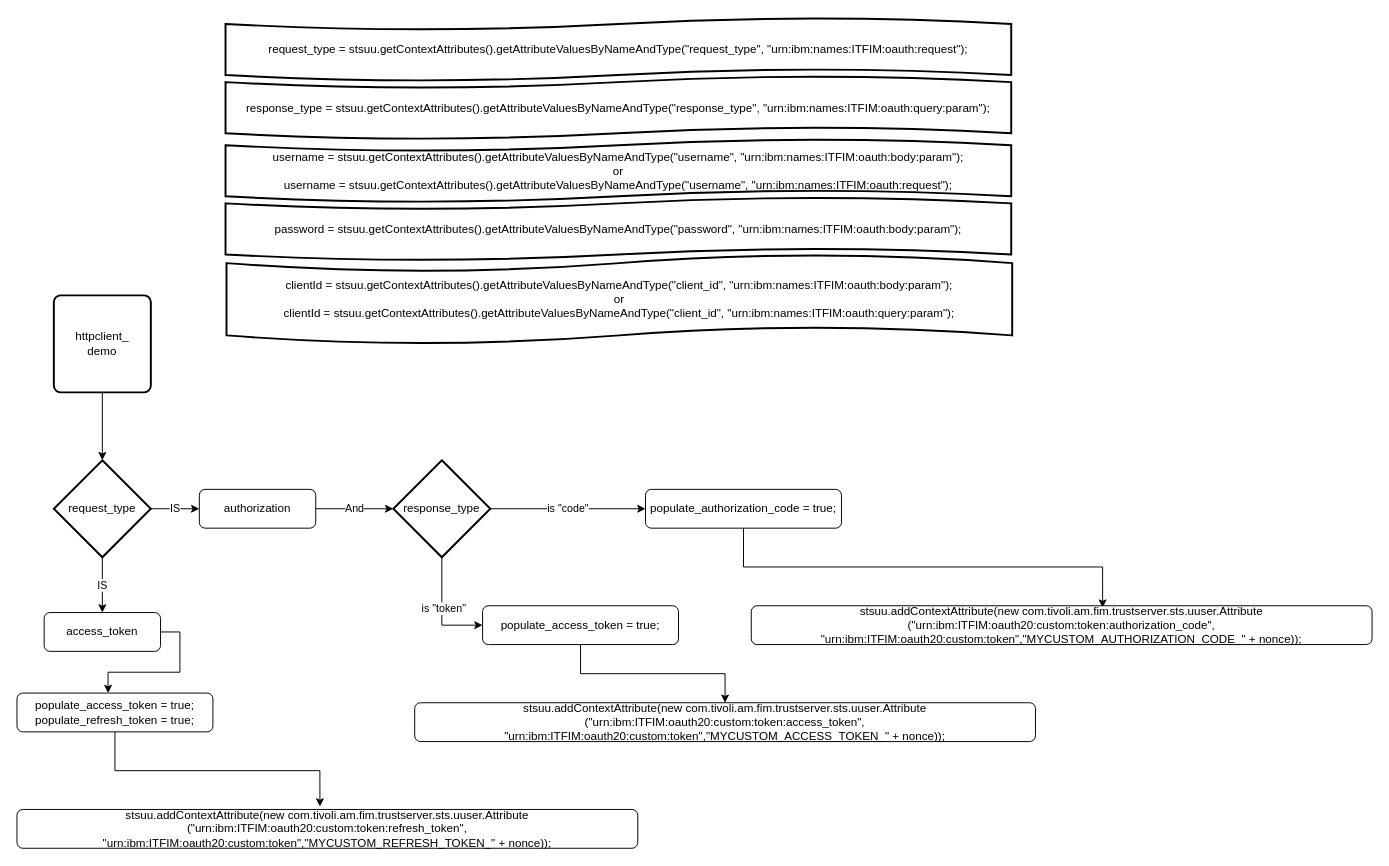
Earlier version of the draw.io diagram diagrams/deleteToken_demo.drawio (jskbabu/sree-general). Source tidied: cells renumbered, new cells numbered last; positions are measured from the earlier drawing's top-left corner, leaving out a move shared by most shapes. Both pictures are drawn from the tidied source at 97%, with x=0, y=0 at pixel (16, 17).
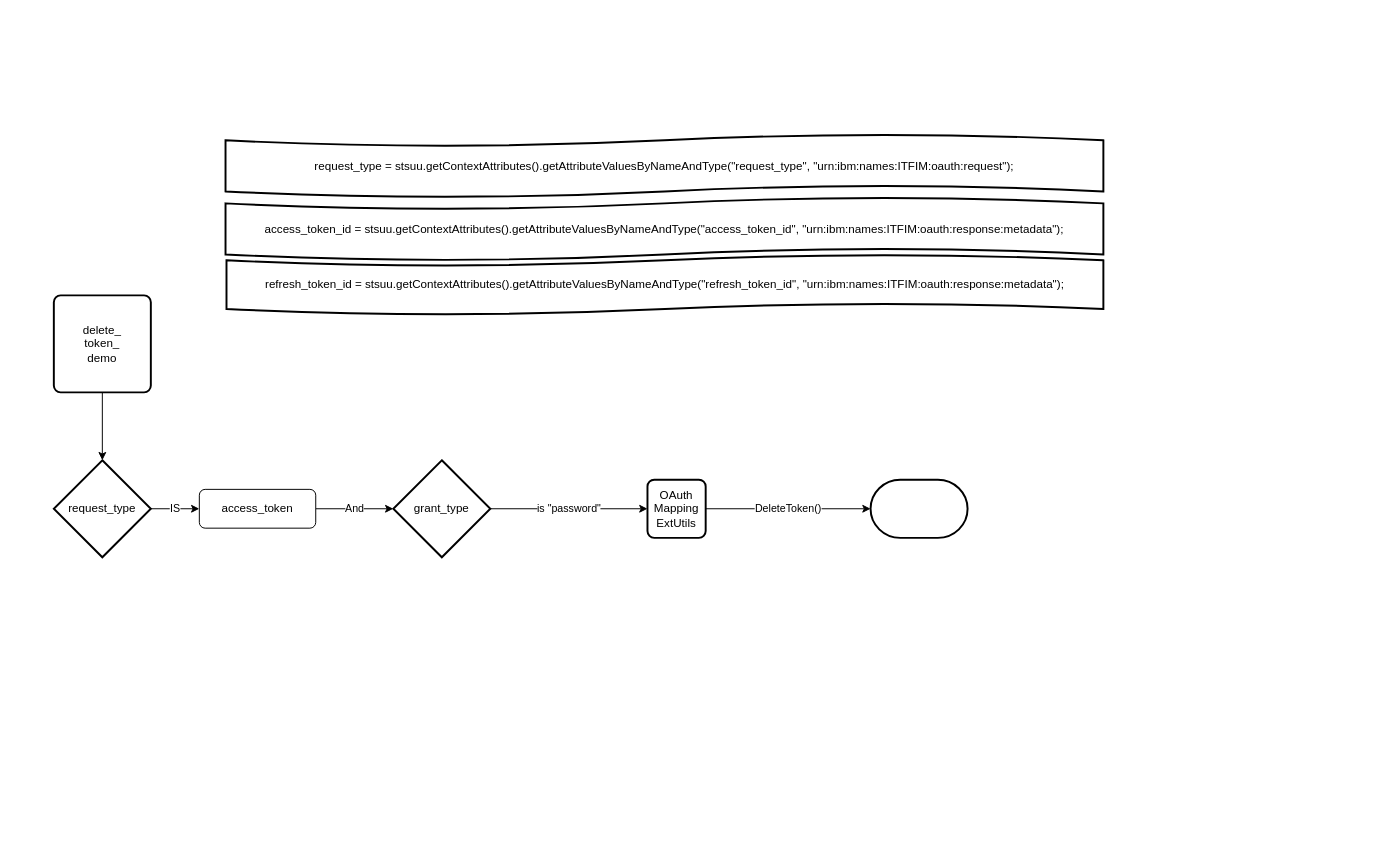
The same page after the edit.

The change refers to these unchanged cells:
```xml
<mxCell id="4" value="request_type" style="strokeWidth=2;html=1;shape=mxgraph.flowchart.decision;whiteSpace=wrap;" parent="1" vertex="1">
  <mxGeometry x="38" y="456" width="100" height="100" as="geometry" />
</mxCell>
```

Change to the diagram source:
```diff
@@
-    <mxCell id="3" value="IS" style="edgeStyle=orthogonalEdgeStyle;rounded=0;jettySize=auto;html=1;" parent="1" edge="1" source="4" target="20">
-      <mxGeometry relative="1" as="geometry" />
-    </mxCell>
@@
-    <mxCell id="6" value="authorization" style="rounded=1;whiteSpace=wrap;html=1;fontSize=12;glass=0;strokeWidth=1;shadow=0;" parent="1" vertex="1">
+    <mxCell id="6" value="access_token" style="rounded=1;whiteSpace=wrap;html=1;fontSize=12;glass=0;strokeWidth=1;shadow=0;" parent="1" vertex="1">
       <mxGeometry x="188" y="486" width="120" height="40" as="geometry" />
     </mxCell>
-    <mxCell id="7" value="is &quot;code&quot;" style="edgeStyle=orthogonalEdgeStyle;rounded=0;jettySize=auto;html=1;" parent="1" edge="1" source="10" target="12">
-      <mxGeometry relative="1" as="geometry">
-        <Array as="points">
-          <mxPoint x="570" y="506" />
-          <mxPoint x="570" y="506" />
-        </Array>
-      </mxGeometry>
+    <mxCell id="7" value="is &quot;password&quot;" style="edgeStyle=orthogonalEdgeStyle;rounded=0;jettySize=auto;html=1;entryX=0;entryY=0.5;entryDx=0;entryDy=0;entryPerimeter=0;" parent="1" edge="1" source="10" target="30">
+      <mxGeometry relative="1" as="geometry" />
     </mxCell>
-    <mxCell id="8" style="edgeStyle=orthogonalEdgeStyle;rounded=0;jettySize=auto;html=1;entryX=0;entryY=0.5;entryDx=0;entryDy=0;" parent="1" edge="1" source="10" target="23">
-      <mxGeometry relative="1" as="geometry" />
-    </mxCell>
-    <mxCell id="9" value="is &quot;token&quot;" style="edgeLabel;html=1;align=center;verticalAlign=middle;" parent="8" vertex="1">
-      <mxGeometry x="-0.08" y="1" relative="1" as="geometry" />
-    </mxCell>
-    <mxCell id="10" value="response_type" style="strokeWidth=2;html=1;shape=mxgraph.flowchart.decision;whiteSpace=wrap;" parent="1" vertex="1">
+    <mxCell id="10" value="grant_type" style="strokeWidth=2;html=1;shape=mxgraph.flowchart.decision;whiteSpace=wrap;" parent="1" vertex="1">
       <mxGeometry x="388" y="456" width="100" height="100" as="geometry" />
     </mxCell>
-    <mxCell id="11" style="edgeStyle=orthogonalEdgeStyle;rounded=0;jettySize=auto;html=1;entryX=0.566;entryY=0.05;entryDx=0;entryDy=0;entryPerimeter=0;" parent="1" edge="1" source="12" target="26">
-      <mxGeometry relative="1" as="geometry" />
-    </mxCell>
-    <mxCell id="12" value="populate_authorization_code = true;" style="rounded=1;whiteSpace=wrap;html=1;fontSize=12;glass=0;strokeWidth=1;shadow=0;" parent="1" vertex="1">
-      <mxGeometry x="648" y="486" width="202" height="40" as="geometry" />
-    </mxCell>
@@
-    <mxCell id="14" value="httpclient_&lt;br&gt;demo" style="rounded=1;whiteSpace=wrap;html=1;absoluteArcSize=1;arcSize=14;strokeWidth=2;" parent="1" vertex="1">
+    <mxCell id="14" value="delete_&lt;br&gt;token_&lt;br&gt;demo" style="rounded=1;whiteSpace=wrap;html=1;absoluteArcSize=1;arcSize=14;strokeWidth=2;" parent="1" vertex="1">
       <mxGeometry x="38" y="286" width="100" height="100" as="geometry" />
     </mxCell>
+    <mxCell id="18" value="access_token_id =&amp;nbsp;stsuu.getContextAttributes().getAttributeValuesByNameAndType(&quot;access_token_id&quot;, &quot;urn:ibm:names:ITFIM:oauth:response:metadata&quot;);" style="shape=tape;whiteSpace=wrap;html=1;strokeWidth=2;size=0.19;" parent="1" vertex="1">
+      <mxGeometry x="215" y="185" width="905" height="65" as="geometry" />
+    </mxCell>
+    <mxCell id="21" value="refresh_token_id = stsuu.getContextAttributes().getAttributeValuesByNameAndType(&quot;refresh_token_id&quot;, &quot;urn:ibm:names:ITFIM:oauth:response:metadata&quot;);" style="shape=tape;whiteSpace=wrap;html=1;strokeWidth=2;size=0.19;" parent="1" vertex="1">
+      <mxGeometry x="216" y="244" width="904" height="62" as="geometry" />
+    </mxCell>
     <mxCell id="15" value="request_type =&amp;nbsp;stsuu.getContextAttributes().getAttributeValuesByNameAndType(&quot;request_type&quot;, &quot;urn:ibm:names:ITFIM:oauth:request&quot;);" style="shape=tape;whiteSpace=wrap;html=1;strokeWidth=2;size=0.19;" parent="1" vertex="1">
-      <mxGeometry x="215" width="810" height="65" as="geometry" />
+      <mxGeometry x="215" y="120" width="905" height="65" as="geometry" />
     </mxCell>
-    <mxCell id="16" value="response_type =&amp;nbsp;stsuu.getContextAttributes().getAttributeValuesByNameAndType(&quot;response_type&quot;, &quot;urn:ibm:names:ITFIM:oauth:query:param&quot;);" style="shape=tape;whiteSpace=wrap;html=1;strokeWidth=2;size=0.19;" parent="1" vertex="1">
-      <mxGeometry x="215" y="60" width="810" height="65" as="geometry" />
-    </mxCell>
-    <mxCell id="17" value="username =&amp;nbsp;stsuu.getContextAttributes().getAttributeValuesByNameAndType(&quot;username&quot;, &quot;urn:ibm:names:ITFIM:oauth:body:param&quot;);&lt;br&gt;or&lt;br&gt;username =&amp;nbsp;stsuu.getContextAttributes().getAttributeValuesByNameAndType(&quot;username&quot;, &quot;urn:ibm:names:ITFIM:oauth:request&quot;);" style="shape=tape;whiteSpace=wrap;html=1;strokeWidth=2;size=0.19;" parent="1" vertex="1">
-      <mxGeometry x="215" y="125" width="810" height="65" as="geometry" />
-    </mxCell>
-    <mxCell id="18" value="password =&amp;nbsp;stsuu.getContextAttributes().getAttributeValuesByNameAndType(&quot;password&quot;, &quot;urn:ibm:names:ITFIM:oauth:body:param&quot;);" style="shape=tape;whiteSpace=wrap;html=1;strokeWidth=2;size=0.19;" parent="1" vertex="1">
-      <mxGeometry x="215" y="185" width="810" height="65" as="geometry" />
-    </mxCell>
-    <mxCell id="19" style="edgeStyle=orthogonalEdgeStyle;rounded=0;jettySize=auto;html=1;exitX=1;exitY=0.5;exitDx=0;exitDy=0;entryX=0.465;entryY=0;entryDx=0;entryDy=0;entryPerimeter=0;" parent="1" edge="1" source="20" target="25">
-      <mxGeometry relative="1" as="geometry" />
-    </mxCell>
-    <mxCell id="20" value="access_token" style="rounded=1;whiteSpace=wrap;html=1;fontSize=12;glass=0;strokeWidth=1;shadow=0;" parent="1" vertex="1">
-      <mxGeometry x="28" y="613" width="120" height="40" as="geometry" />
-    </mxCell>
-    <mxCell id="21" value="clientId =&amp;nbsp;stsuu.getContextAttributes().getAttributeValuesByNameAndType(&quot;client_id&quot;, &quot;urn:ibm:names:ITFIM:oauth:body:param&quot;);&lt;br&gt;or&lt;br&gt;clientId =&amp;nbsp;stsuu.getContextAttributes().getAttributeValuesByNameAndType(&quot;client_id&quot;, &quot;urn:ibm:names:ITFIM:oauth:query:param&quot;);" style="shape=tape;whiteSpace=wrap;html=1;strokeWidth=2;size=0.19;" parent="1" vertex="1">
-      <mxGeometry x="216" y="244" width="810" height="92" as="geometry" />
-    </mxCell>
-    <mxCell id="22" style="edgeStyle=orthogonalEdgeStyle;rounded=0;jettySize=auto;html=1;" parent="1" edge="1" source="23" target="27">
-      <mxGeometry relative="1" as="geometry" />
-    </mxCell>
-    <mxCell id="23" value="populate_access_token = true;" style="rounded=1;whiteSpace=wrap;html=1;fontSize=12;glass=0;strokeWidth=1;shadow=0;" parent="1" vertex="1">
-      <mxGeometry x="480" y="606" width="202" height="40" as="geometry" />
-    </mxCell>
-    <mxCell id="24" style="edgeStyle=orthogonalEdgeStyle;rounded=0;jettySize=auto;html=1;entryX=0.488;entryY=-0.075;entryDx=0;entryDy=0;entryPerimeter=0;" parent="1" edge="1" source="25" target="28">
-      <mxGeometry relative="1" as="geometry" />
-    </mxCell>
-    <mxCell id="25" value="&lt;div&gt;populate_access_token = true;&lt;/div&gt;&lt;div&gt;   populate_refresh_token = true;&lt;/div&gt;" style="rounded=1;whiteSpace=wrap;html=1;fontSize=12;glass=0;strokeWidth=1;shadow=0;" parent="1" vertex="1">
-      <mxGeometry y="696" width="202" height="40" as="geometry" />
-    </mxCell>
-    <mxCell id="26" value="stsuu.addContextAttribute(new com.tivoli.am.fim.trustserver.sts.uuser.Attribute&lt;br&gt;(&quot;urn:ibm:ITFIM:oauth20:custom:token:authorization_code&quot;,&lt;br&gt;&quot;urn:ibm:ITFIM:oauth20:custom:token&quot;,&quot;MYCUSTOM_AUTHORIZATION_CODE_&quot; + nonce));" style="rounded=1;whiteSpace=wrap;html=1;fontSize=12;glass=0;strokeWidth=1;shadow=0;" parent="1" vertex="1">
-      <mxGeometry x="757" y="606" width="640" height="40" as="geometry" />
-    </mxCell>
-    <mxCell id="27" value="stsuu.addContextAttribute(new com.tivoli.am.fim.trustserver.sts.uuser.Attribute&lt;br&gt;(&quot;urn:ibm:ITFIM:oauth20:custom:token:access_token&quot;,&lt;br&gt;&quot;urn:ibm:ITFIM:oauth20:custom:token&quot;,&quot;MYCUSTOM_ACCESS_TOKEN_&quot; + nonce));" style="rounded=1;whiteSpace=wrap;html=1;fontSize=12;glass=0;strokeWidth=1;shadow=0;" parent="1" vertex="1">
-      <mxGeometry x="410" y="706" width="640" height="40" as="geometry" />
-    </mxCell>
-    <mxCell id="28" value="stsuu.addContextAttribute(new com.tivoli.am.fim.trustserver.sts.uuser.Attribute&lt;br&gt;(&quot;urn:ibm:ITFIM:oauth20:custom:token:refresh_token&quot;,&lt;br&gt;&quot;urn:ibm:ITFIM:oauth20:custom:token&quot;,&quot;MYCUSTOM_REFRESH_TOKEN_&quot; + nonce));" style="rounded=1;whiteSpace=wrap;html=1;fontSize=12;glass=0;strokeWidth=1;shadow=0;" parent="1" vertex="1">
-      <mxGeometry y="816" width="640" height="40" as="geometry" />
-    </mxCell>
+    <mxCell id="29" value="DeleteToken()" style="edgeStyle=orthogonalEdgeStyle;rounded=0;jettySize=auto;html=1;entryX=0;entryY=0.5;entryDx=0;entryDy=0;entryPerimeter=0;" parent="1" edge="1" source="30" target="31">
+      <mxGeometry relative="1" as="geometry" />
+    </mxCell>
+    <mxCell id="30" value="OAuth&lt;br&gt;Mapping&lt;br&gt;ExtUtils" style="rounded=1;whiteSpace=wrap;html=1;absoluteArcSize=1;arcSize=14;strokeWidth=2;" parent="1" vertex="1">
+      <mxGeometry x="650" y="476" width="60" height="60" as="geometry" />
+    </mxCell>
+    <mxCell id="31" style="strokeWidth=2;html=1;shape=mxgraph.flowchart.terminator;whiteSpace=wrap;" parent="1" vertex="1">
+      <mxGeometry x="880" y="476" width="100" height="60" as="geometry" />
+    </mxCell>
```
